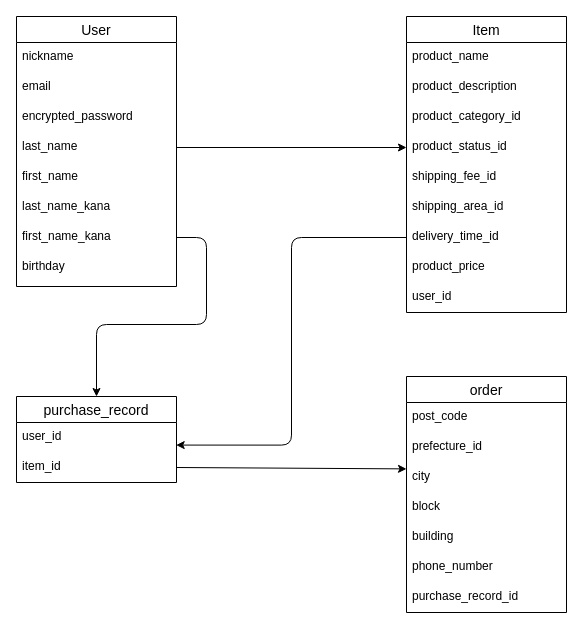
Before: furima.dio in nanamisekiya/furima-40370, a draw.io diagram. Source tidied: cells renumbered, new cells numbered last; positions are measured from the earlier drawing's top-left corner, leaving out a move shared by most shapes. Both pictures are drawn from the tidied source at 100%, with x=0, y=0 at pixel (16, 16).
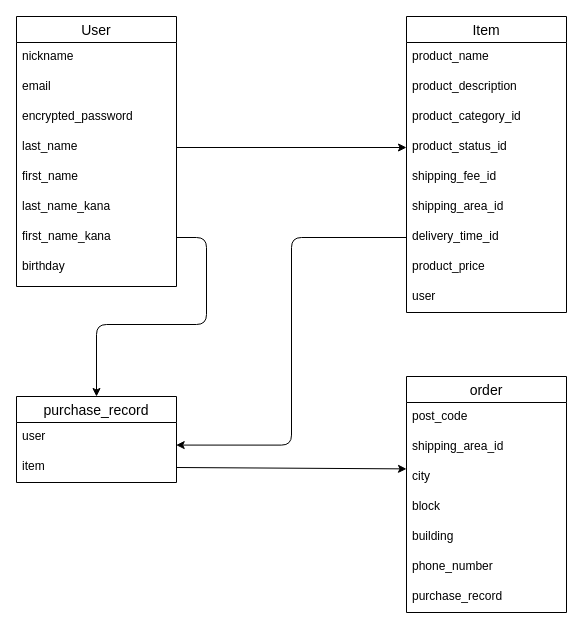
The same page after the edit.

Commit message (it also covers changes not shown here):
プルリク修正

The change refers to these unchanged cells:
```xml
<mxCell id="12" value="Item" style="swimlane;fontStyle=0;horizontal=1;startSize=26;align=center;fontSize=14;" parent="1" vertex="1">
  <mxGeometry x="390" width="160" height="296" as="geometry" />
</mxCell>
<mxCell id="22" value="purchase_record" style="swimlane;fontStyle=0;horizontal=1;startSize=26;align=center;fontSize=14;" parent="1" vertex="1">
  <mxGeometry y="380" width="160" height="86" as="geometry" />
</mxCell>
<mxCell id="25" value="order" style="swimlane;fontStyle=0;horizontal=1;startSize=26;align=center;fontSize=14;" parent="1" vertex="1">
  <mxGeometry x="390" y="360" width="160" height="236" as="geometry" />
</mxCell>
```

Change to the diagram source:
```diff
@@
-    <mxCell id="21" value="user_id" style="text;strokeColor=none;fillColor=none;spacingLeft=4;spacingRight=4;overflow=hidden;fontSize=12;" parent="12" vertex="1">
+    <mxCell id="21" value="user" style="text;strokeColor=none;fillColor=none;spacingLeft=4;spacingRight=4;overflow=hidden;fontSize=12;" parent="12" vertex="1">
       <mxGeometry y="266" width="160" height="30" as="geometry" />
     </mxCell>
@@
-    <mxCell id="23" value="user_id" style="text;strokeColor=none;fillColor=none;spacingLeft=4;spacingRight=4;overflow=hidden;points=[[0,0.5],[1,0.5]];portConstraint=eastwest;fontSize=12;" parent="22" vertex="1">
+    <mxCell id="23" value="user" style="text;strokeColor=none;fillColor=none;spacingLeft=4;spacingRight=4;overflow=hidden;points=[[0,0.5],[1,0.5]];portConstraint=eastwest;fontSize=12;" parent="22" vertex="1">
       <mxGeometry y="26" width="160" height="30" as="geometry" />
     </mxCell>
-    <mxCell id="24" value="item_id" style="text;strokeColor=none;fillColor=none;spacingLeft=4;spacingRight=4;overflow=hidden;points=[[0,0.5],[1,0.5]];portConstraint=eastwest;fontSize=12;" parent="22" vertex="1">
+    <mxCell id="24" value="item" style="text;strokeColor=none;fillColor=none;spacingLeft=4;spacingRight=4;overflow=hidden;points=[[0,0.5],[1,0.5]];portConstraint=eastwest;fontSize=12;" parent="22" vertex="1">
       <mxGeometry y="56" width="160" height="30" as="geometry" />
     </mxCell>
@@
-    <mxCell id="27" value="prefecture_id" style="text;strokeColor=none;fillColor=none;spacingLeft=4;spacingRight=4;overflow=hidden;fontSize=12;" parent="25" vertex="1">
+    <mxCell id="27" value="shipping_area_id" style="text;strokeColor=none;fillColor=none;spacingLeft=4;spacingRight=4;overflow=hidden;fontSize=12;" parent="25" vertex="1">
       <mxGeometry y="56" width="160" height="30" as="geometry" />
     </mxCell>
@@
-    <mxCell id="32" value="purchase_record_id" style="text;strokeColor=none;fillColor=none;spacingLeft=4;spacingRight=4;overflow=hidden;fontSize=12;" parent="25" vertex="1">
+    <mxCell id="32" value="purchase_record" style="text;strokeColor=none;fillColor=none;spacingLeft=4;spacingRight=4;overflow=hidden;fontSize=12;" parent="25" vertex="1">
       <mxGeometry y="206" width="160" height="30" as="geometry" />
     </mxCell>
```
